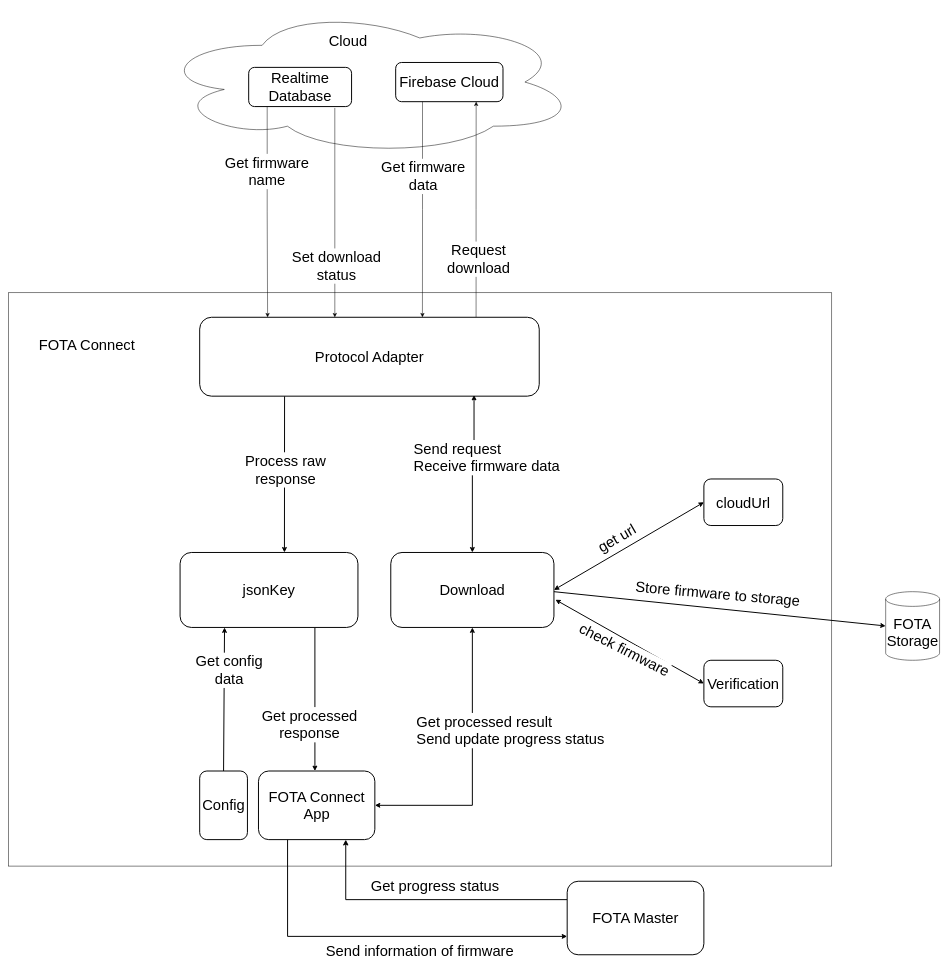
The draw.io diagram page "Page-5" (5 of 8) of STM32_01.drawio in thanhtung386/web_iot_interface, before the edit. Source tidied: cells renumbered, new cells numbered last; positions are measured from the earlier drawing's top-left corner, leaving out a move shared by most shapes. Both pictures are drawn from the tidied source at 49%, with x=0, y=0 at pixel (8, 8).
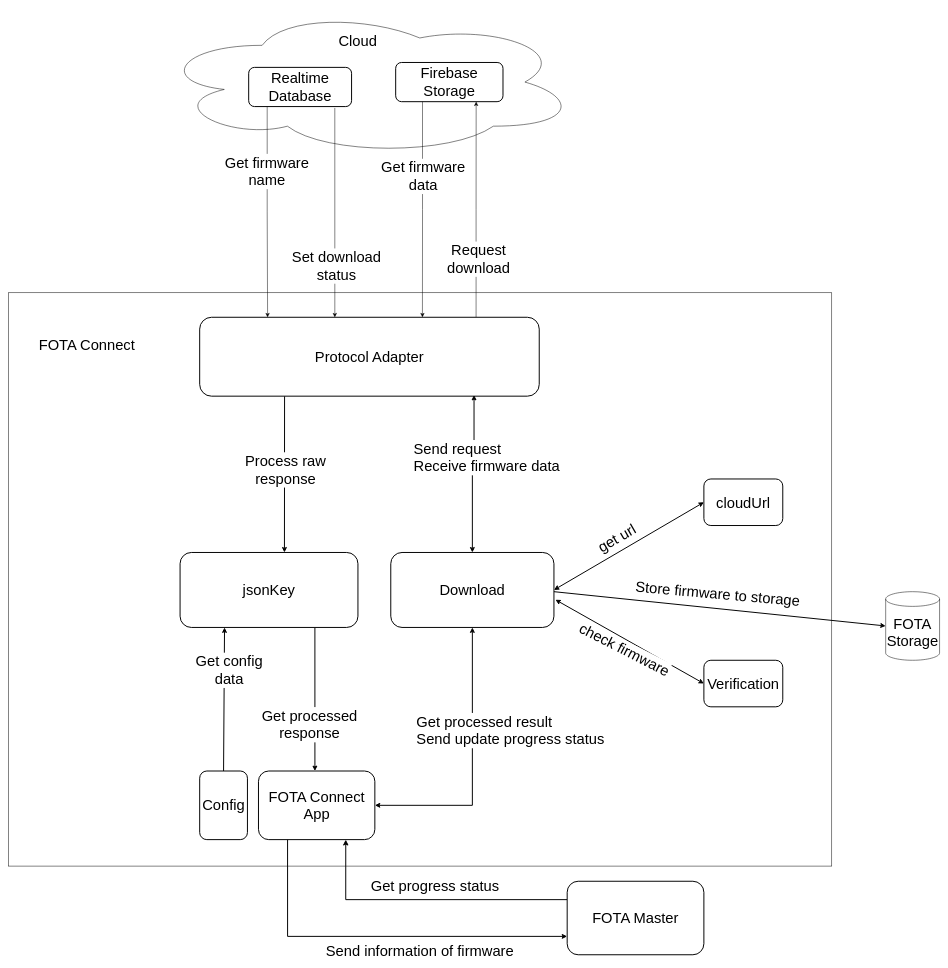
The same diagram, later.

Unchanged cells that the change refers to:
```xml
<mxCell id="33" style="group;strokeWidth=2;" parent="1" vertex="1">
  <mxGeometry x="303" width="858" height="300" as="geometry" />
</mxCell>
```

What changed in the source:
```diff
@@
-    <mxCell id="36" value="Firebase Cloud" style="rounded=1;whiteSpace=wrap;html=1;fontSize=30;strokeWidth=2;" parent="33" vertex="1">
+    <mxCell id="36" value="Firebase Storage" style="rounded=1;whiteSpace=wrap;html=1;fontSize=30;strokeWidth=2;" parent="33" vertex="1">
       <mxGeometry x="487" y="110" width="219" height="80" as="geometry" />
     </mxCell>
     <mxCell id="37" value="Cloud" style="text;html=1;align=center;verticalAlign=middle;whiteSpace=wrap;rounded=0;fontSize=30;" parent="33" vertex="1">
-      <mxGeometry x="360" y="50" width="60" height="30" as="geometry" />
+      <mxGeometry x="360" y="50" width="100" height="30" as="geometry" />
     </mxCell>
```
